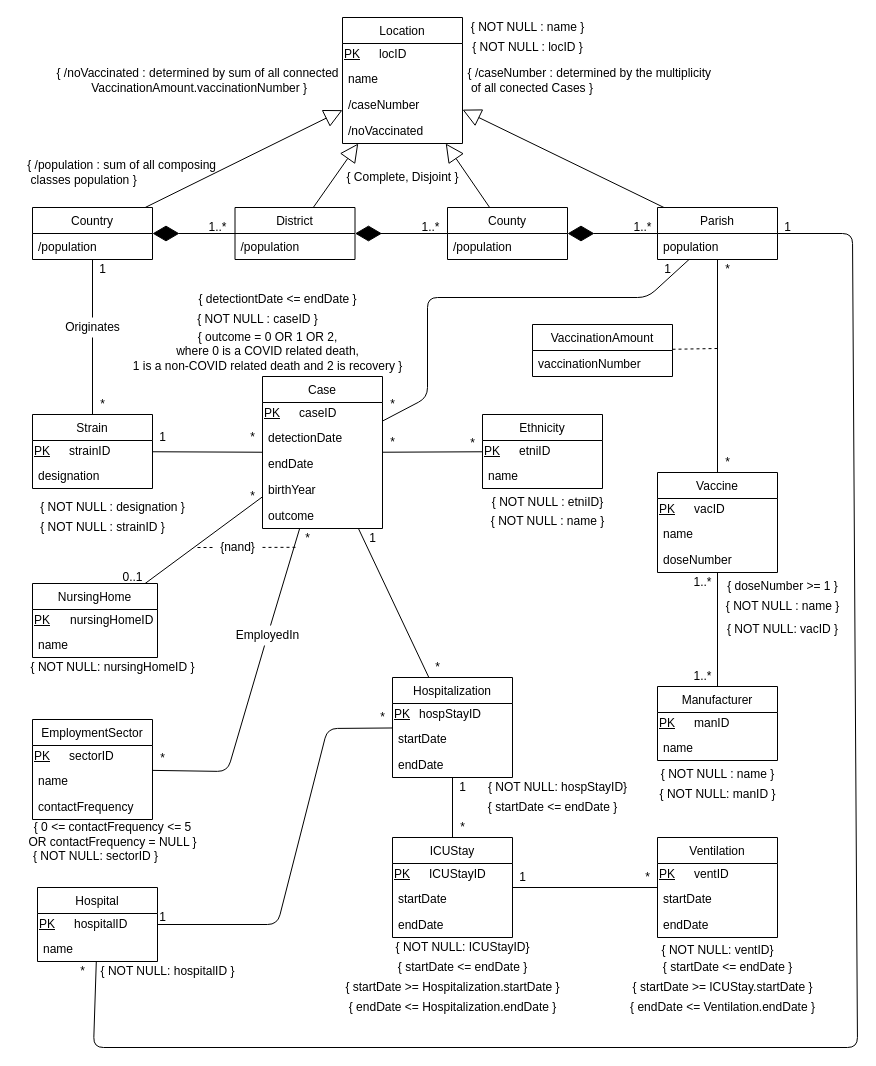
Earlier version of the draw.io diagram proj.drawio (DreFlo/bdad-proj). Source tidied: cells renumbered, new cells numbered last; positions are measured from the earlier drawing's top-left corner, leaving out a move shared by most shapes. Both pictures are drawn from the tidied source at 100%, with x=0, y=0 at pixel (17, 17).
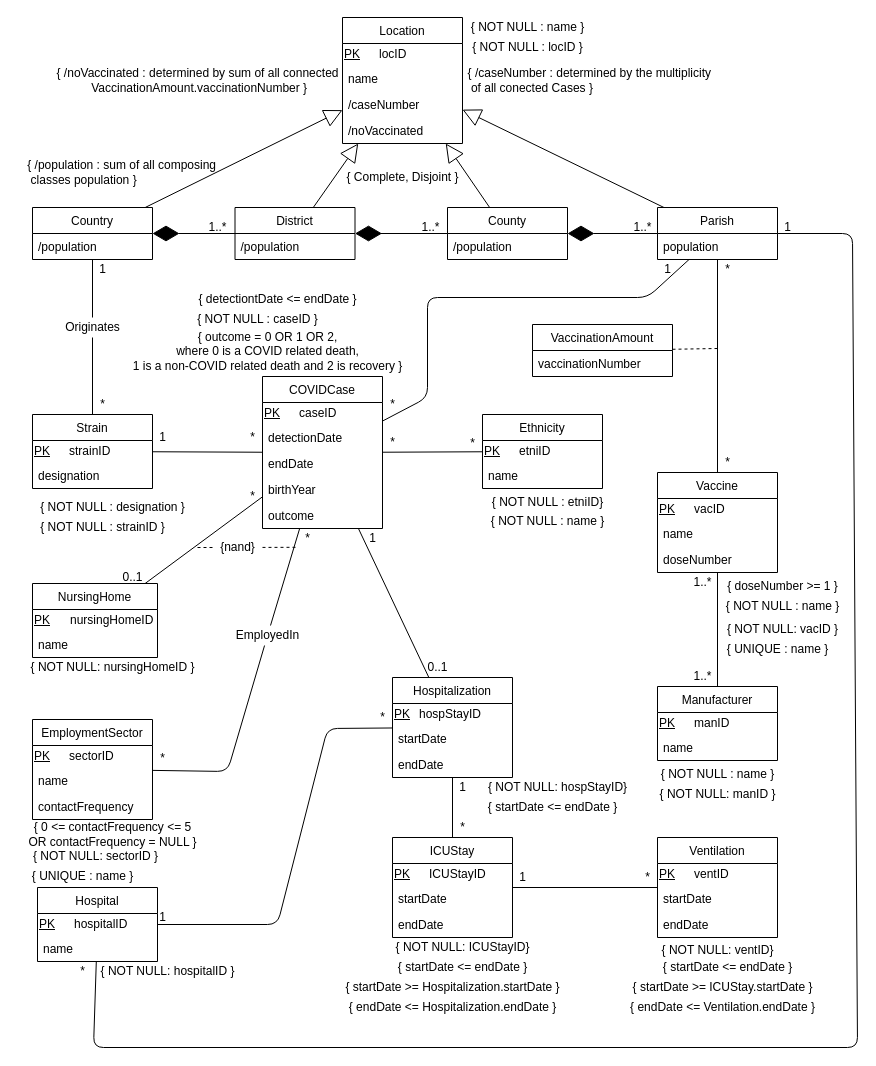
The same page after the edit.

Change to the diagram source:
```diff
@@
-    <mxCell id="10" value="Case" style="swimlane;fontStyle=0;horizontal=1;startSize=26;fillColor=none;" parent="1" vertex="1">
+    <mxCell id="10" value="COVIDCase" style="swimlane;fontStyle=0;horizontal=1;startSize=26;fillColor=none;" parent="1" vertex="1">
       <mxGeometry x="245" y="359" width="120" height="152" as="geometry" />
     </mxCell>
@@
-    <mxCell id="87" value="*" style="text;html=1;align=center;verticalAlign=middle;" parent="1" vertex="1">
-      <mxGeometry x="410" y="640" width="20" height="20" as="geometry" />
+    <mxCell id="87" value="0..1" style="text;html=1;align=center;verticalAlign=middle;" parent="1" vertex="1">
+      <mxGeometry x="400" y="640" width="40" height="20" as="geometry" />
     </mxCell>
@@
+    <mxCell id="183" value="{ UNIQUE : name }" style="text;html=1;align=center;verticalAlign=middle;" parent="1" vertex="1">
+      <mxGeometry x="5" y="849" width="120" height="20" as="geometry" />
+    </mxCell>
+    <mxCell id="184" value="{ UNIQUE : name }" style="text;html=1;align=center;verticalAlign=middle;" parent="1" vertex="1">
+      <mxGeometry x="700" y="622" width="120" height="20" as="geometry" />
+    </mxCell>
```
